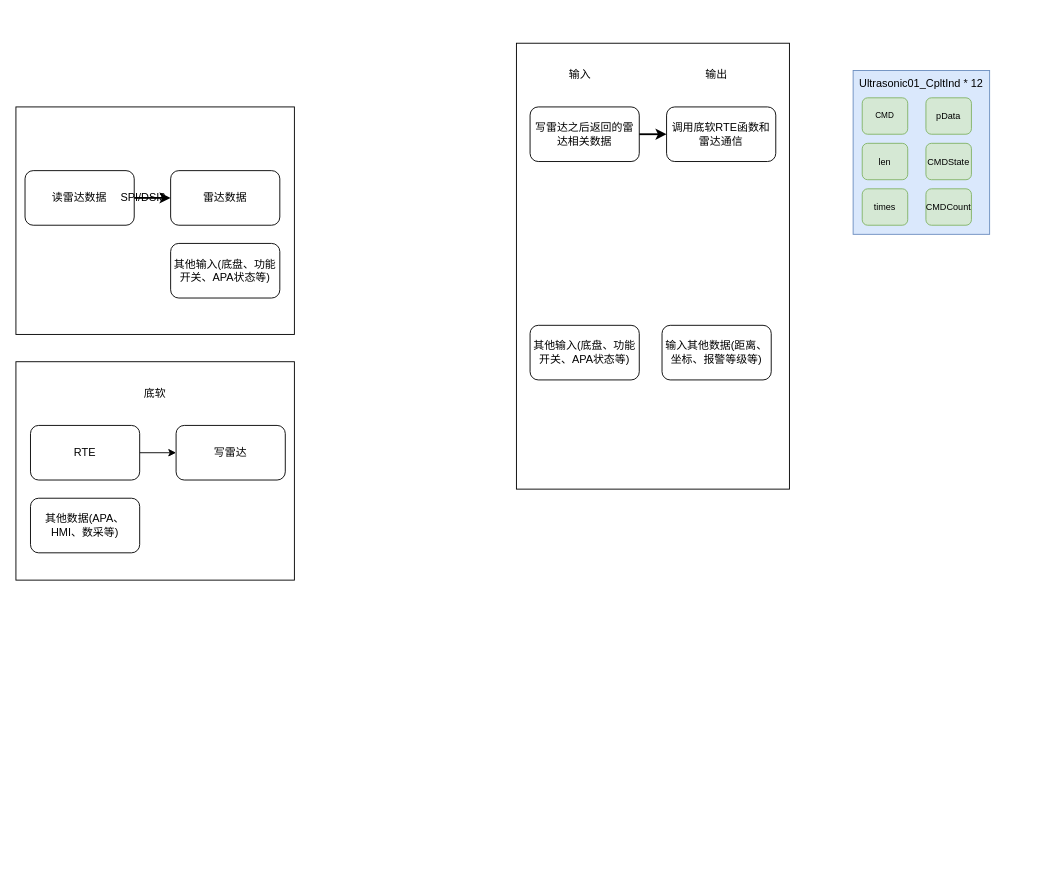
Before: page "第 9 页" (6 of 6) of YDU2.0/YDU2.0算法架构.drawio in bugquella/diagrams, a draw.io diagram. Source tidied: cells renumbered, new cells numbered last; positions are measured from the earlier drawing's top-left corner, leaving out a move shared by most shapes. Both pictures are drawn from the tidied source at 91%, with x=0, y=0 at pixel (15, 43).
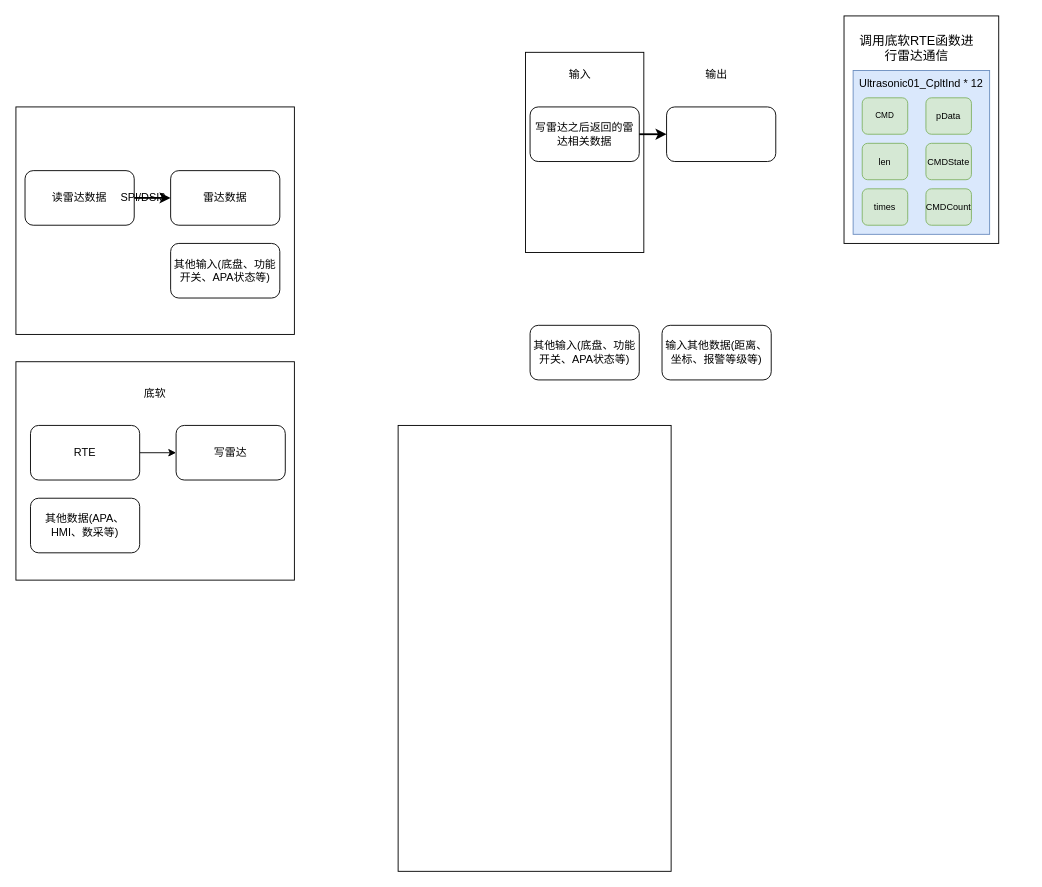
After the change.

Commit message:
更新YDU2.0算法架构.drawio

Diff of the diagram source:
```diff
@@
+    <mxCell id="4" style="rounded=0;whiteSpace=wrap;html=1;" parent="1" vertex="1">
+      <mxGeometry x="910" y="-30" width="170" height="250" as="geometry" />
+    </mxCell>
@@
-    <mxCell id="4" style="rounded=0;whiteSpace=wrap;html=1;" parent="1" vertex="1">
-      <mxGeometry x="710" y="10" width="130" height="220" as="geometry" />
-    </mxCell>
@@
     <mxCell id="6" style="rounded=0;whiteSpace=wrap;html=1;" parent="1" vertex="1">
-      <mxGeometry x="550" width="300" height="490" as="geometry" />
+      <mxGeometry x="420" y="420" width="300" height="490" as="geometry" />
     </mxCell>
@@
-    <mxCell id="12" value="调用底软RTE函数和雷达通信" style="rounded=1;whiteSpace=wrap;html=1;" parent="1" vertex="1">
+    <mxCell id="12" style="rounded=1;whiteSpace=wrap;html=1;" parent="1" vertex="1">
       <mxGeometry x="715" y="70" width="120" height="60" as="geometry" />
     </mxCell>
@@
     <mxCell id="24" style="group;" parent="1" vertex="1">
-      <mxGeometry x="920" y="30" width="155" height="180" as="geometry" />
+      <mxGeometry x="920" y="30" width="190" height="220" as="geometry" />
     </mxCell>
@@
+    <mxCell id="33" value="&lt;font style=&quot;font-size: 14px;&quot;&gt;调用底软RTE函数进行雷达通信&lt;/font&gt;" style="text;html=1;strokeColor=none;fillColor=none;align=center;verticalAlign=middle;whiteSpace=wrap;rounded=0;" parent="1" vertex="1">
+      <mxGeometry x="920" y="-10" width="140" height="30" as="geometry" />
+    </mxCell>
```
